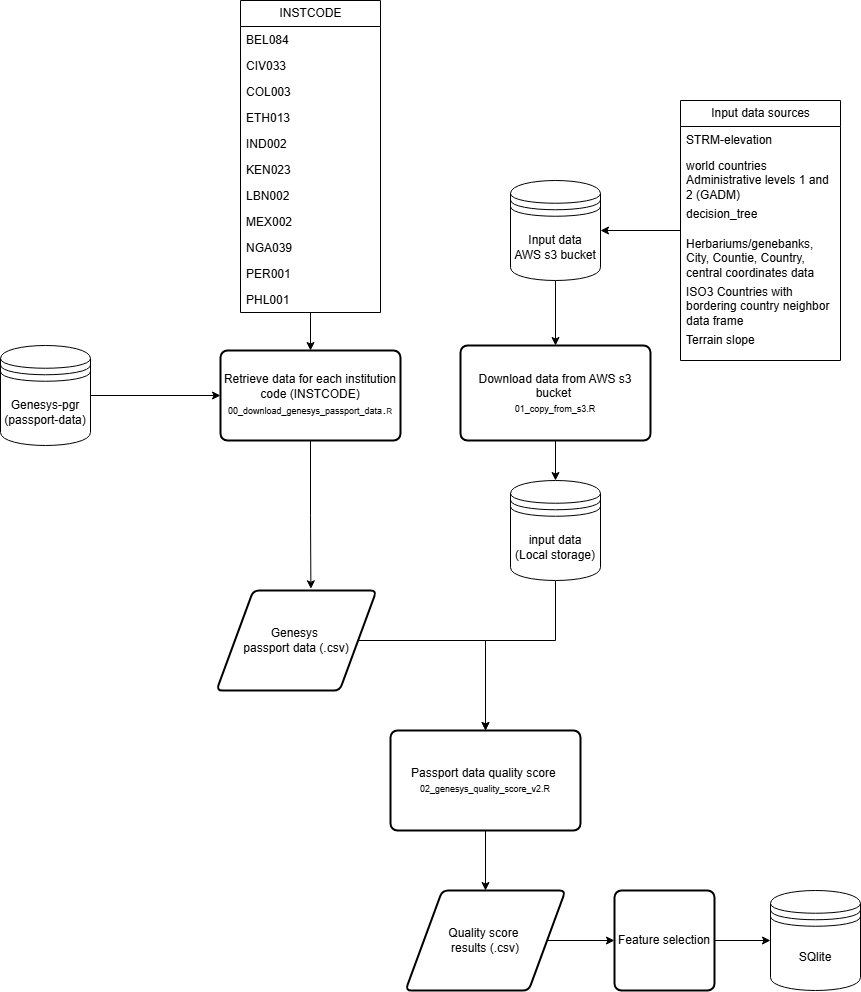
Earlier version of the draw.io export images/quality_score_pipeline.png (alliance-datascience/genebank-general). Source tidied: cells renumbered, new cells last; positions are measured from the earlier drawing's top-left corner, leaving out a move shared by most shapes. The source it was exported from:
```xml
<mxGraphModel>
  <root>
    <mxCell id="0" />
    <mxCell id="1" parent="0" />
    <mxCell id="2" style="edgeStyle=orthogonalEdgeStyle;rounded=0;jettySize=auto;html=1;entryX=0;entryY=0.5;entryDx=0;entryDy=0;" parent="1" edge="1" source="3" target="4">
      <mxGeometry relative="1" as="geometry" />
    </mxCell>
    <mxCell id="3" value="Genesys-pgr (passport-data)" style="shape=datastore;whiteSpace=wrap;html=1;" parent="1" vertex="1">
      <mxGeometry y="345" width="90" height="100" as="geometry" />
    </mxCell>
    <mxCell id="4" value="Retrieve data for each institution code (INSTCODE)&lt;div&gt;&lt;span style=&quot;font-family: Aptos, sans-serif;&quot; lang=&quot;EN-US&quot;&gt;&lt;font style=&quot;font-size: 9px;&quot;&gt;00_download_genesys_passport_data&lt;/font&gt;&lt;/span&gt;&lt;span style=&quot;font-size:11.0pt;line-height:&lt;br/&gt;107%;font-family:&amp;quot;Aptos&amp;quot;,sans-serif;mso-ascii-theme-font:minor-latin;&lt;br/&gt;mso-fareast-font-family:Aptos;mso-fareast-theme-font:minor-latin;mso-hansi-theme-font:&lt;br/&gt;minor-latin;mso-bidi-font-family:&amp;quot;Times New Roman&amp;quot;;mso-bidi-theme-font:minor-bidi;&lt;br/&gt;mso-ansi-language:EN-US;mso-fareast-language:EN-US;mso-bidi-language:AR-SA&quot; lang=&quot;EN-US&quot;&gt;.&lt;/span&gt;&lt;span style=&quot;font-family: Aptos, sans-serif;&quot; lang=&quot;EN-US&quot;&gt;&lt;font style=&quot;font-size: 8px;&quot;&gt;R&lt;/font&gt;&lt;/span&gt;&lt;br&gt;&lt;/div&gt;" style="rounded=1;whiteSpace=wrap;html=1;absoluteArcSize=1;arcSize=14;strokeWidth=2;" parent="1" vertex="1">
      <mxGeometry x="220" y="350" width="180" height="90" as="geometry" />
    </mxCell>
    <mxCell id="5" style="edgeStyle=orthogonalEdgeStyle;rounded=0;jettySize=auto;html=1;entryX=0.5;entryY=0;entryDx=0;entryDy=0;" parent="1" edge="1" source="6" target="4">
      <mxGeometry relative="1" as="geometry" />
    </mxCell>
    <mxCell id="6" value="INSTCODE" style="swimlane;fontStyle=0;horizontal=1;startSize=26;fillColor=none;html=1;" parent="1" vertex="1">
      <mxGeometry x="240" width="140" height="312" as="geometry" />
    </mxCell>
    <mxCell id="7" value="BEL084" style="text;strokeColor=none;fillColor=none;align=left;verticalAlign=top;spacingLeft=4;spacingRight=4;overflow=hidden;whiteSpace=wrap;html=1;" parent="6" vertex="1">
      <mxGeometry y="26" width="140" height="26" as="geometry" />
    </mxCell>
    <mxCell id="8" value="CIV033" style="text;strokeColor=none;fillColor=none;align=left;verticalAlign=top;spacingLeft=4;spacingRight=4;overflow=hidden;whiteSpace=wrap;html=1;" parent="6" vertex="1">
      <mxGeometry y="52" width="140" height="26" as="geometry" />
    </mxCell>
    <mxCell id="9" value="COL003" style="text;strokeColor=none;fillColor=none;align=left;verticalAlign=top;spacingLeft=4;spacingRight=4;overflow=hidden;whiteSpace=wrap;html=1;" parent="6" vertex="1">
      <mxGeometry y="78" width="140" height="26" as="geometry" />
    </mxCell>
    <mxCell id="10" value="ETH013" style="text;strokeColor=none;fillColor=none;align=left;verticalAlign=top;spacingLeft=4;spacingRight=4;overflow=hidden;whiteSpace=wrap;html=1;" parent="6" vertex="1">
      <mxGeometry y="104" width="140" height="26" as="geometry" />
    </mxCell>
    <mxCell id="11" value="IND002" style="text;strokeColor=none;fillColor=none;align=left;verticalAlign=top;spacingLeft=4;spacingRight=4;overflow=hidden;whiteSpace=wrap;html=1;" parent="6" vertex="1">
      <mxGeometry y="130" width="140" height="26" as="geometry" />
    </mxCell>
    <mxCell id="12" value="KEN023" style="text;strokeColor=none;fillColor=none;align=left;verticalAlign=top;spacingLeft=4;spacingRight=4;overflow=hidden;whiteSpace=wrap;html=1;" parent="6" vertex="1">
      <mxGeometry y="156" width="140" height="26" as="geometry" />
    </mxCell>
    <mxCell id="13" value="LBN002" style="text;strokeColor=none;fillColor=none;align=left;verticalAlign=top;spacingLeft=4;spacingRight=4;overflow=hidden;whiteSpace=wrap;html=1;" parent="6" vertex="1">
      <mxGeometry y="182" width="140" height="26" as="geometry" />
    </mxCell>
    <mxCell id="14" value="MEX002" style="text;strokeColor=none;fillColor=none;align=left;verticalAlign=top;spacingLeft=4;spacingRight=4;overflow=hidden;whiteSpace=wrap;html=1;" parent="6" vertex="1">
      <mxGeometry y="208" width="140" height="26" as="geometry" />
    </mxCell>
    <mxCell id="15" value="NGA039" style="text;strokeColor=none;fillColor=none;align=left;verticalAlign=top;spacingLeft=4;spacingRight=4;overflow=hidden;whiteSpace=wrap;html=1;" parent="6" vertex="1">
      <mxGeometry y="234" width="140" height="26" as="geometry" />
    </mxCell>
    <mxCell id="16" value="PER001" style="text;strokeColor=none;fillColor=none;align=left;verticalAlign=top;spacingLeft=4;spacingRight=4;overflow=hidden;whiteSpace=wrap;html=1;" parent="6" vertex="1">
      <mxGeometry y="260" width="140" height="26" as="geometry" />
    </mxCell>
    <mxCell id="17" value="PHL001" style="text;strokeColor=none;fillColor=none;align=left;verticalAlign=top;spacingLeft=4;spacingRight=4;overflow=hidden;whiteSpace=wrap;html=1;" parent="6" vertex="1">
      <mxGeometry y="286" width="140" height="26" as="geometry" />
    </mxCell>
    <mxCell id="18" style="edgeStyle=orthogonalEdgeStyle;rounded=0;jettySize=auto;html=1;entryX=0.5;entryY=0;entryDx=0;entryDy=0;" parent="1" edge="1" source="19" target="21">
      <mxGeometry relative="1" as="geometry" />
    </mxCell>
    <mxCell id="19" value="Input data&lt;div&gt;AWS s3 bucket&lt;/div&gt;" style="shape=datastore;whiteSpace=wrap;html=1;" parent="1" vertex="1">
      <mxGeometry x="510" y="180" width="90" height="100" as="geometry" />
    </mxCell>
    <mxCell id="20" style="edgeStyle=orthogonalEdgeStyle;rounded=0;jettySize=auto;html=1;entryX=0.5;entryY=0;entryDx=0;entryDy=0;" parent="1" edge="1" source="21" target="23">
      <mxGeometry relative="1" as="geometry" />
    </mxCell>
    <mxCell id="21" value="Download data from AWS s3 bucket&amp;nbsp;&lt;div&gt;&lt;font style=&quot;font-size: 9px;&quot;&gt;01_copy_from_s3.R&lt;/font&gt;&lt;/div&gt;" style="rounded=1;whiteSpace=wrap;html=1;absoluteArcSize=1;arcSize=14;strokeWidth=2;" parent="1" vertex="1">
      <mxGeometry x="460" y="345" width="190" height="95" as="geometry" />
    </mxCell>
    <mxCell id="22" style="edgeStyle=orthogonalEdgeStyle;rounded=0;jettySize=auto;html=1;" parent="1" edge="1" source="23" target="25">
      <mxGeometry relative="1" as="geometry">
        <Array as="points">
          <mxPoint x="555" y="640" />
          <mxPoint x="485" y="640" />
        </Array>
      </mxGeometry>
    </mxCell>
    <mxCell id="23" value="input data (Local storage)" style="shape=datastore;whiteSpace=wrap;html=1;" parent="1" vertex="1">
      <mxGeometry x="510" y="480" width="90" height="100" as="geometry" />
    </mxCell>
    <mxCell id="24" style="edgeStyle=orthogonalEdgeStyle;rounded=0;jettySize=auto;html=1;" parent="1" edge="1" source="25" target="30">
      <mxGeometry relative="1" as="geometry" />
    </mxCell>
    <mxCell id="25" value="Passport data quality score&amp;nbsp;&lt;div&gt;&lt;font style=&quot;font-size: 9px;&quot;&gt;02_genesys_quality_score_v2.R&lt;/font&gt;&lt;/div&gt;" style="rounded=1;whiteSpace=wrap;html=1;absoluteArcSize=1;arcSize=14;strokeWidth=2;" parent="1" vertex="1">
      <mxGeometry x="390" y="730" width="190" height="100" as="geometry" />
    </mxCell>
    <mxCell id="26" style="edgeStyle=orthogonalEdgeStyle;rounded=0;jettySize=auto;html=1;entryX=0.5;entryY=0;entryDx=0;entryDy=0;" parent="1" edge="1" source="27" target="25">
      <mxGeometry relative="1" as="geometry" />
    </mxCell>
    <mxCell id="27" value="Genesys&amp;nbsp;&lt;div&gt;passport data (.csv)&lt;/div&gt;" style="shape=parallelogram;html=1;strokeWidth=2;perimeter=parallelogramPerimeter;whiteSpace=wrap;rounded=1;arcSize=12;size=0.23;" parent="1" vertex="1">
      <mxGeometry x="216" y="590" width="160" height="100" as="geometry" />
    </mxCell>
    <mxCell id="28" style="edgeStyle=orthogonalEdgeStyle;rounded=0;jettySize=auto;html=1;entryX=0.59;entryY=-0.017;entryDx=0;entryDy=0;entryPerimeter=0;" parent="1" edge="1" source="4" target="27">
      <mxGeometry relative="1" as="geometry" />
    </mxCell>
    <mxCell id="29" style="edgeStyle=orthogonalEdgeStyle;rounded=0;jettySize=auto;html=1;entryX=0;entryY=0.5;entryDx=0;entryDy=0;" parent="1" edge="1" source="30" target="40">
      <mxGeometry relative="1" as="geometry" />
    </mxCell>
    <mxCell id="30" value="Quality score&amp;nbsp;&lt;div&gt;results (.csv)&lt;/div&gt;" style="shape=parallelogram;html=1;strokeWidth=2;perimeter=parallelogramPerimeter;whiteSpace=wrap;rounded=1;arcSize=12;size=0.23;" parent="1" vertex="1">
      <mxGeometry x="405" y="890" width="160" height="100" as="geometry" />
    </mxCell>
    <mxCell id="31" style="edgeStyle=orthogonalEdgeStyle;rounded=0;jettySize=auto;html=1;entryX=1;entryY=0.5;entryDx=0;entryDy=0;" parent="1" edge="1" source="32" target="19">
      <mxGeometry relative="1" as="geometry" />
    </mxCell>
    <mxCell id="32" value="Input data sources" style="swimlane;fontStyle=0;horizontal=1;startSize=26;fillColor=none;html=1;" parent="1" vertex="1">
      <mxGeometry x="680" y="100" width="160" height="260" as="geometry" />
    </mxCell>
    <mxCell id="33" value="STRM-elevation" style="text;strokeColor=none;fillColor=none;align=left;verticalAlign=top;spacingLeft=4;spacingRight=4;overflow=hidden;whiteSpace=wrap;html=1;" parent="32" vertex="1">
      <mxGeometry y="26" width="160" height="26" as="geometry" />
    </mxCell>
    <mxCell id="34" value="world countries Administrative levels 1 and 2 (GADM)" style="text;strokeColor=none;fillColor=none;align=left;verticalAlign=top;spacingLeft=4;spacingRight=4;overflow=hidden;whiteSpace=wrap;html=1;" parent="32" vertex="1">
      <mxGeometry y="52" width="160" height="48" as="geometry" />
    </mxCell>
    <mxCell id="35" value="decision_tree" style="text;strokeColor=none;fillColor=none;align=left;verticalAlign=top;spacingLeft=4;spacingRight=4;overflow=hidden;whiteSpace=wrap;html=1;" parent="32" vertex="1">
      <mxGeometry y="100" width="160" height="30" as="geometry" />
    </mxCell>
    <mxCell id="36" value="Herbariums/genebanks, City, Countie, Country, central coordinates data frame" style="text;strokeColor=none;fillColor=none;align=left;verticalAlign=top;spacingLeft=4;spacingRight=4;overflow=hidden;whiteSpace=wrap;html=1;" parent="32" vertex="1">
      <mxGeometry y="130" width="160" height="48" as="geometry" />
    </mxCell>
    <mxCell id="37" value="ISO3 Countries with bordering country neighbor data frame" style="text;strokeColor=none;fillColor=none;align=left;verticalAlign=top;spacingLeft=4;spacingRight=4;overflow=hidden;whiteSpace=wrap;html=1;" parent="32" vertex="1">
      <mxGeometry y="178" width="160" height="48" as="geometry" />
    </mxCell>
    <mxCell id="38" value="Terrain slope" style="text;strokeColor=none;fillColor=none;align=left;verticalAlign=top;spacingLeft=4;spacingRight=4;overflow=hidden;whiteSpace=wrap;html=1;" parent="32" vertex="1">
      <mxGeometry y="226" width="160" height="34" as="geometry" />
    </mxCell>
    <mxCell id="39" style="edgeStyle=orthogonalEdgeStyle;rounded=0;jettySize=auto;html=1;" parent="1" edge="1" source="40" target="41">
      <mxGeometry relative="1" as="geometry" />
    </mxCell>
    <mxCell id="40" value="Feature selection" style="rounded=1;whiteSpace=wrap;html=1;absoluteArcSize=1;arcSize=14;strokeWidth=2;" parent="1" vertex="1">
      <mxGeometry x="614" y="890" width="100" height="100" as="geometry" />
    </mxCell>
    <mxCell id="41" value="SQlite" style="shape=datastore;whiteSpace=wrap;html=1;" parent="1" vertex="1">
      <mxGeometry x="770" y="890" width="90" height="100" as="geometry" />
    </mxCell>
  </root>
</mxGraphModel>
```
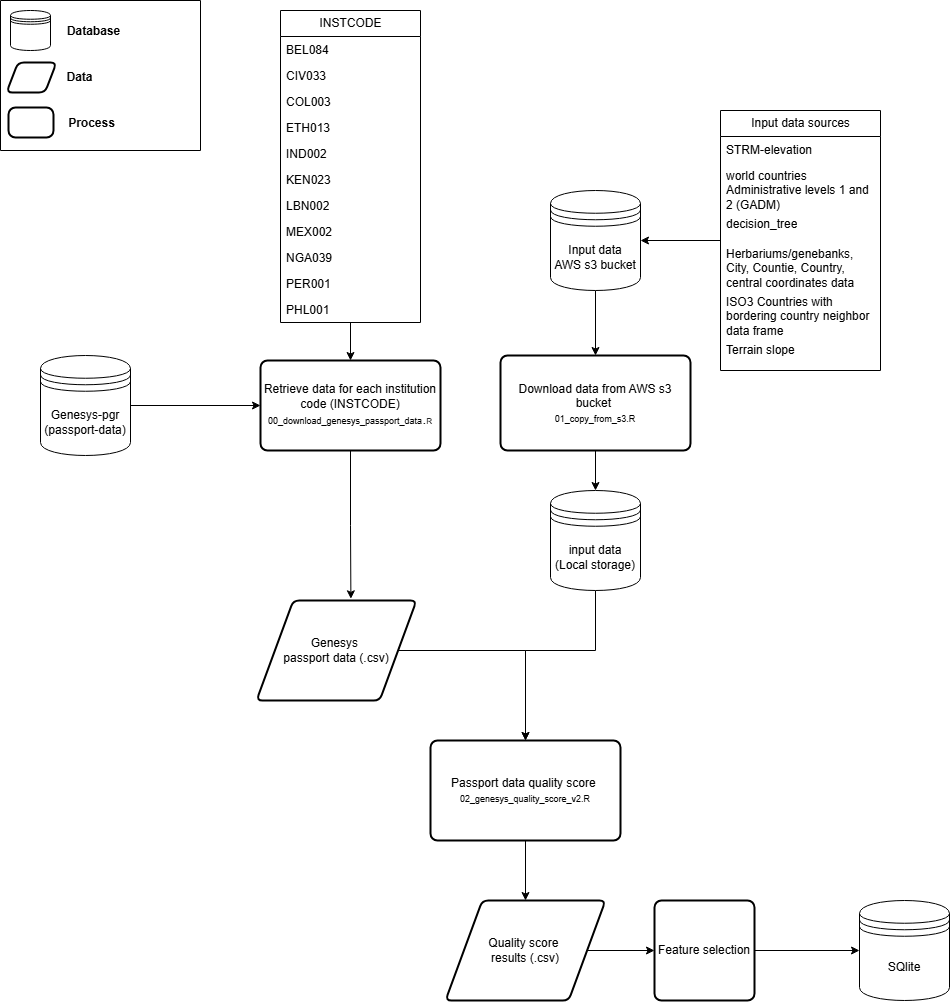
The same file after the commit.

Commit message:
improved qs pipelie graph

What changed in the source:
```diff
@@ -2,6 +2,9 @@
   <root>
     <mxCell id="0" />
     <mxCell id="1" parent="0" />
+    <mxCell id="42" style="verticalLabelPosition=bottom;verticalAlign=top;html=1;shape=mxgraph.basic.rect;fillColor2=none;strokeWidth=1;size=20;indent=5;" parent="1" vertex="1">
+      <mxGeometry x="-40" y="-10" width="200" height="150" as="geometry" />
+    </mxCell>
     <mxCell id="2" style="edgeStyle=orthogonalEdgeStyle;rounded=0;jettySize=auto;html=1;entryX=0;entryY=0.5;entryDx=0;entryDy=0;" parent="1" edge="1" source="3" target="4">
       <mxGeometry relative="1" as="geometry" />
     </mxCell>
@@ -125,7 +128,25 @@
       <mxGeometry x="614" y="890" width="100" height="100" as="geometry" />
     </mxCell>
     <mxCell id="41" value="SQlite" style="shape=datastore;whiteSpace=wrap;html=1;" parent="1" vertex="1">
-      <mxGeometry x="770" y="890" width="90" height="100" as="geometry" />
+      <mxGeometry x="819" y="890" width="90" height="100" as="geometry" />
     </mxCell>
+    <mxCell id="43" style="shape=datastore;whiteSpace=wrap;html=1;" parent="1" vertex="1">
+      <mxGeometry x="-30" width="40" height="40" as="geometry" />
+    </mxCell>
+    <mxCell id="44" style="shape=parallelogram;html=1;strokeWidth=2;perimeter=parallelogramPerimeter;whiteSpace=wrap;rounded=1;arcSize=12;size=0.23;" parent="1" vertex="1">
+      <mxGeometry x="-34" y="52" width="50" height="30" as="geometry" />
+    </mxCell>
+    <mxCell id="45" style="rounded=1;whiteSpace=wrap;html=1;absoluteArcSize=1;arcSize=14;strokeWidth=2;" parent="1" vertex="1">
+      <mxGeometry x="-32" y="97" width="45" height="30" as="geometry" />
+    </mxCell>
+    <mxCell id="46" value="&lt;font style=&quot;font-size: 12px;&quot;&gt;Database&lt;/font&gt;" style="text;strokeColor=none;fillColor=none;html=1;fontSize=24;fontStyle=1;verticalAlign=middle;align=center;" parent="1" vertex="1">
+      <mxGeometry x="3" y="-3" width="100" height="40" as="geometry" />
+    </mxCell>
+    <mxCell id="47" value="&lt;font style=&quot;font-size: 12px;&quot;&gt;Data&lt;/font&gt;" style="text;strokeColor=none;fillColor=none;html=1;fontSize=24;fontStyle=1;verticalAlign=middle;align=center;" parent="1" vertex="1">
+      <mxGeometry x="-11" y="43" width="100" height="40" as="geometry" />
+    </mxCell>
+    <mxCell id="48" value="&lt;font style=&quot;font-size: 12px;&quot;&gt;Process&lt;/font&gt;" style="text;strokeColor=none;fillColor=none;html=1;fontSize=24;fontStyle=1;verticalAlign=middle;align=center;" parent="1" vertex="1">
+      <mxGeometry x="1" y="89" width="100" height="40" as="geometry" />
+    </mxCell>
   </root>
 </mxGraphModel>
```
